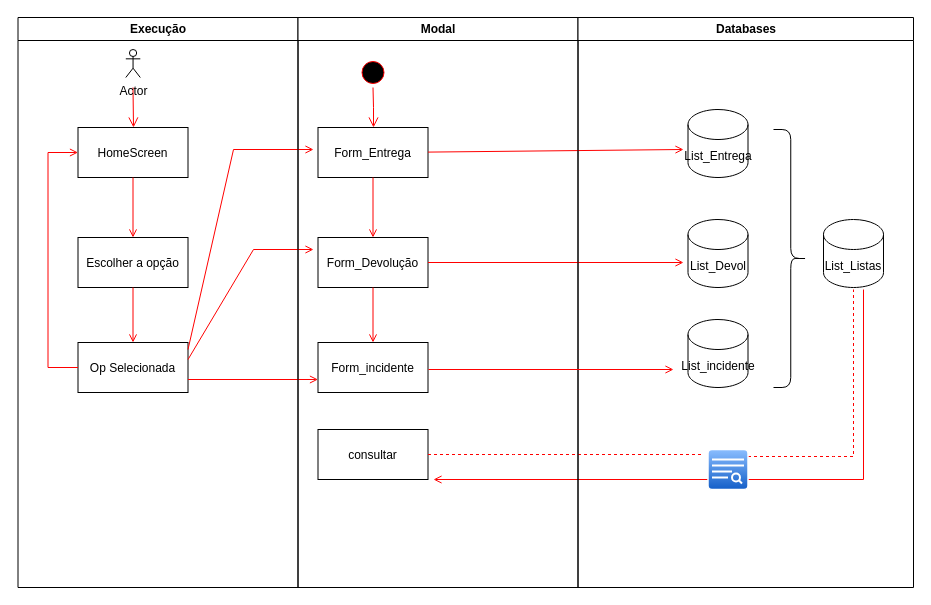
The draw.io diagram Diagrama sem nome.drawio in mesquitta06/PtWebView, before the edit. Source tidied: cells renumbered, new cells numbered last; positions are measured from the earlier drawing's top-left corner, leaving out a move shared by most shapes. Both pictures are drawn from the tidied source at 100%, with x=0, y=0 at pixel (17, 17).
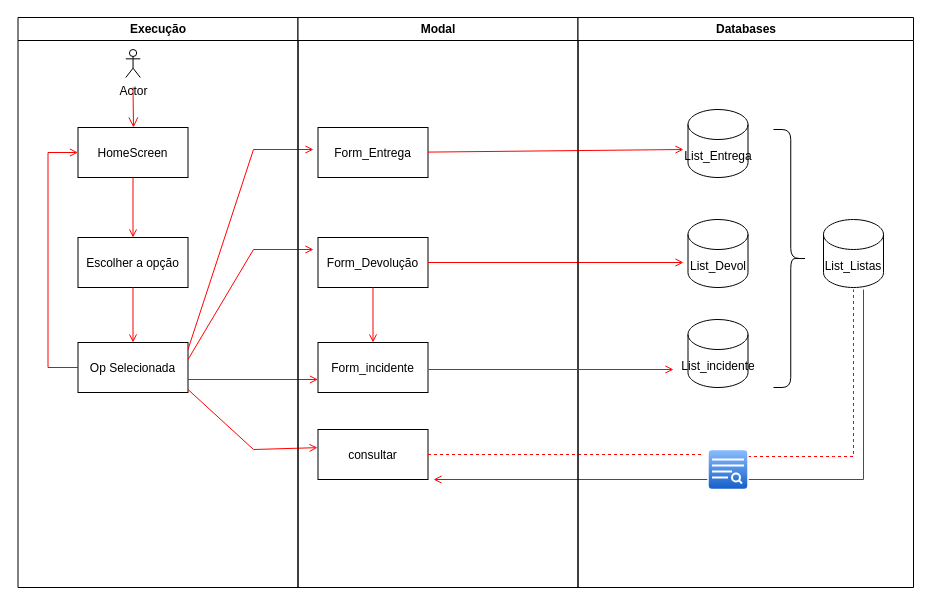
The same page after the edit.

The change refers to these unchanged cells:
```xml
<mxCell id="3" value="Execução" style="swimlane;whiteSpace=wrap;" parent="1" vertex="1">
  <mxGeometry x="0.5" width="280" height="570" as="geometry" />
</mxCell>
<mxCell id="15" value="Modal" style="swimlane;whiteSpace=wrap;" parent="1" vertex="1">
  <mxGeometry x="280.5" width="280" height="570" as="geometry" />
</mxCell>
<mxCell id="18" value="Form_Entrega" parent="15" vertex="1">
  <mxGeometry x="20" y="110" width="110" height="50" as="geometry" />
</mxCell>
<mxCell id="19" value="Form_Devolução" parent="15" vertex="1">
  <mxGeometry x="20" y="220" width="110" height="50" as="geometry" />
</mxCell>
<mxCell id="24" value="consultar" parent="15" vertex="1">
  <mxGeometry x="20" y="412" width="110" height="50" as="geometry" />
</mxCell>
```

Diff of the diagram source:
```diff
@@
     <mxCell id="11" style="endArrow=open;strokeColor=#FF0000;endFill=1;rounded=0;" parent="3" edge="1">
       <mxGeometry relative="1" as="geometry">
         <mxPoint x="170" y="332" as="sourcePoint" />
         <mxPoint x="295.5" y="132" as="targetPoint" />
         <Array as="points">
-          <mxPoint x="215.5" y="132" />
+          <mxPoint x="235.5" y="132" />
         </Array>
       </mxGeometry>
     </mxCell>
@@
+    <mxCell id="36" style="endArrow=open;strokeColor=#FF0000;endFill=1;rounded=0;entryX=-0.004;entryY=0.363;entryDx=0;entryDy=0;entryPerimeter=0;" parent="3" edge="1" target="24">
+      <mxGeometry relative="1" as="geometry">
+        <mxPoint x="170" y="372" as="sourcePoint" />
+        <Array as="points">
+          <mxPoint x="235.5" y="432" />
+        </Array>
+      </mxGeometry>
+    </mxCell>
@@
-    <mxCell id="16" style="ellipse;shape=startState;fillColor=#000000;strokeColor=#ff0000;" parent="15" vertex="1">
-      <mxGeometry x="60" y="40" width="30" height="30" as="geometry" />
-    </mxCell>
-    <mxCell id="17" style="edgeStyle=elbowEdgeStyle;elbow=horizontal;verticalAlign=bottom;endArrow=open;endSize=8;strokeColor=#FF0000;endFill=1;rounded=0;" parent="15" edge="1" source="16" target="18">
-      <mxGeometry x="40" y="20" as="geometry" />
-    </mxCell>
@@
-    <mxCell id="20" style="endArrow=open;strokeColor=#FF0000;endFill=1;rounded=0;" parent="15" edge="1" source="18" target="19">
-      <mxGeometry relative="1" as="geometry" />
-    </mxCell>
```
